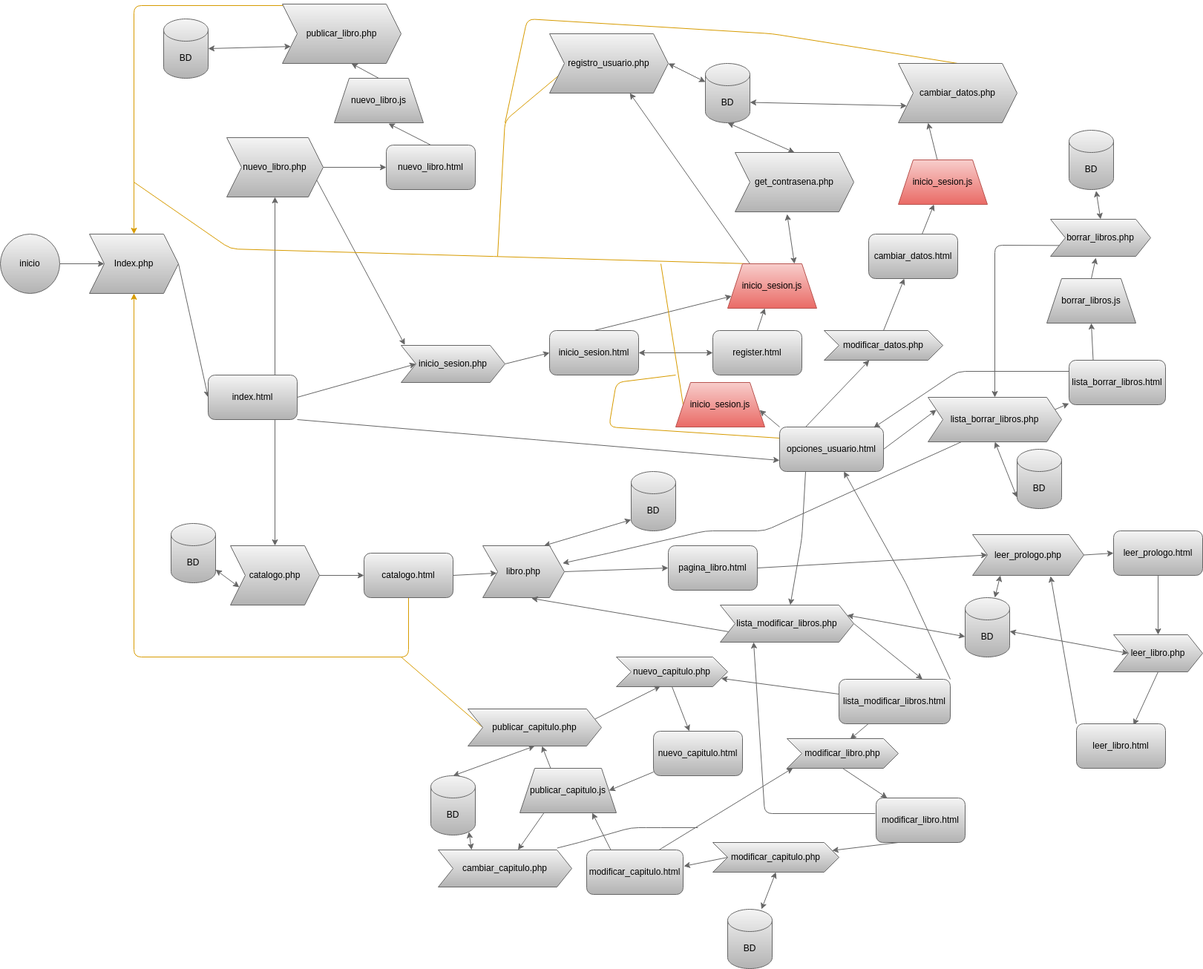
Before: documentacion/imagenes/diagrama_paginas.png, a diagram exported from draw.io (Calcoph/docker-lamp). Source tidied: cells renumbered, new cells last; positions are measured from the earlier drawing's top-left corner, leaving out a move shared by most shapes.
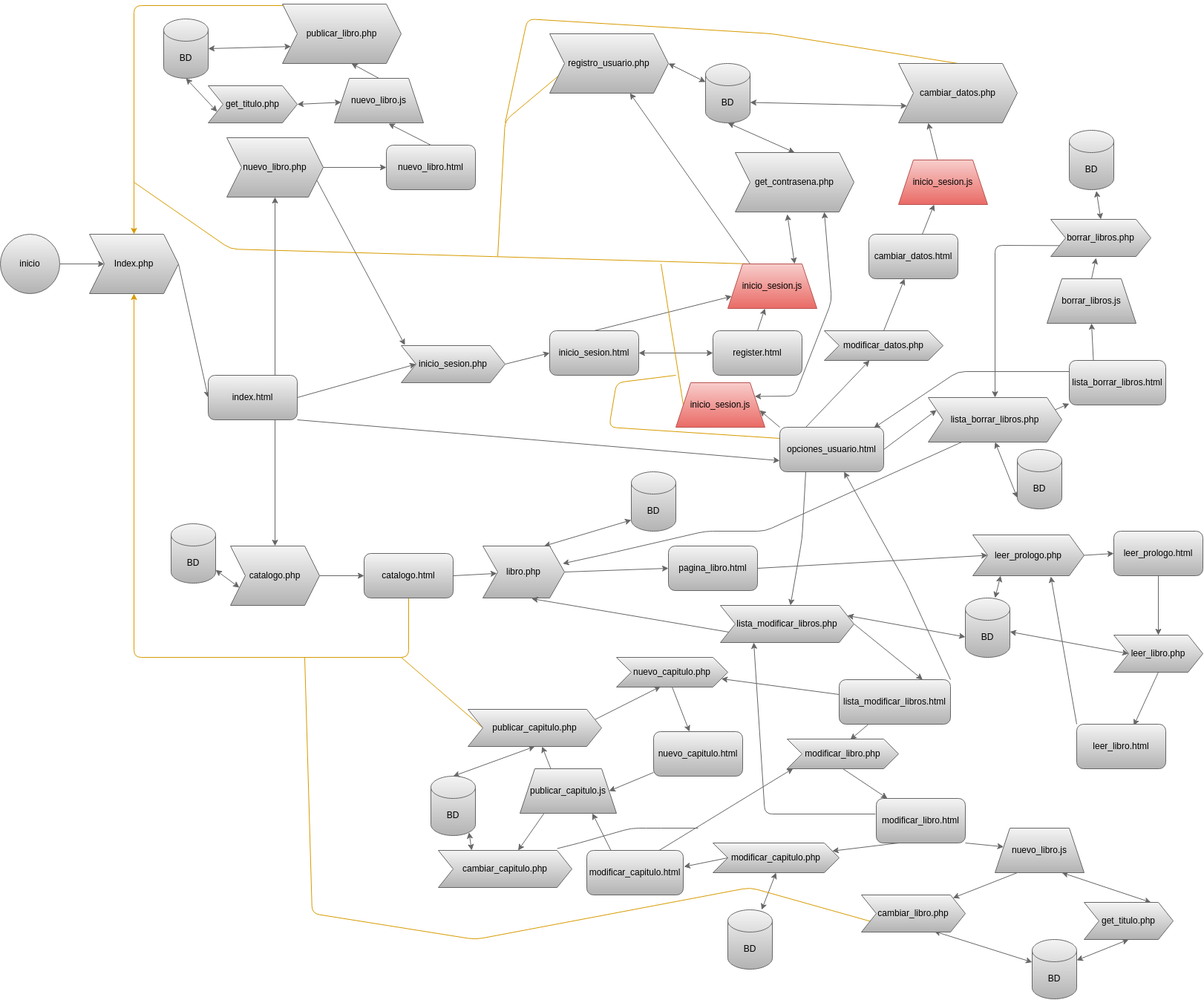
The same diagram one commit later.

Commit message:
actualizar diagrama

Change to the diagram source:
```diff
@@ -246,6 +246,14 @@
         <mxPoint x="890" y="350" as="targetPoint" />
       </mxGeometry>
     </mxCell>
+    <mxCell id="129" style="edgeStyle=none;html=1;exitX=1;exitY=0.25;exitDx=0;exitDy=0;fillColor=#f5f5f5;gradientColor=#b3b3b3;strokeColor=#666666;entryX=0.75;entryY=1;entryDx=0;entryDy=0;startArrow=classic;startFill=1;" parent="1" edge="1" source="71" target="36">
+      <mxGeometry relative="1" as="geometry">
+        <Array as="points">
+          <mxPoint x="1070" y="528" />
+          <mxPoint x="1120" y="400" />
+        </Array>
+      </mxGeometry>
+    </mxCell>
     <mxCell id="71" value="inicio_sesion.js" style="shape=trapezoid;perimeter=trapezoidPerimeter;whiteSpace=wrap;html=1;fixedSize=1;fontFamily=Helvetica;fontSize=12;strokeColor=#b85450;fillColor=#f8cecc;gradientColor=#ea6b66;" parent="1" vertex="1">
       <mxGeometry x="910" y="510" width="120" height="60" as="geometry" />
     </mxCell>
@@ -384,6 +392,9 @@
     <mxCell id="108" style="edgeStyle=none;shape=connector;rounded=1;html=1;exitX=0.25;exitY=1;exitDx=0;exitDy=0;labelBackgroundColor=default;fontFamily=Helvetica;fontSize=11;fontColor=default;startArrow=none;startFill=0;endArrow=classic;endFill=1;strokeColor=#666666;fillColor=#f5f5f5;gradientColor=#b3b3b3;" parent="1" edge="1" source="109" target="112">
       <mxGeometry relative="1" as="geometry" />
     </mxCell>
+    <mxCell id="130" style="edgeStyle=none;shape=connector;rounded=1;html=1;exitX=1;exitY=1;exitDx=0;exitDy=0;labelBackgroundColor=default;fontFamily=Helvetica;fontSize=11;fontColor=default;startArrow=none;startFill=0;endArrow=classic;strokeColor=#666666;fillColor=#f5f5f5;gradientColor=#b3b3b3;" parent="1" edge="1" source="109" target="138">
+      <mxGeometry relative="1" as="geometry" />
+    </mxCell>
     <mxCell id="109" value="modificar_libro.html" style="rounded=1;whiteSpace=wrap;html=1;fontFamily=Helvetica;fontSize=12;fontColor=#000000;strokeColor=#666666;fillColor=#f5f5f5;gradientColor=#b3b3b3;" parent="1" vertex="1">
       <mxGeometry x="1180" y="1070" width="120" height="60" as="geometry" />
     </mxCell>
@@ -451,5 +462,48 @@
     <mxCell id="128" value="modificar_datos.php" style="shape=step;perimeter=stepPerimeter;whiteSpace=wrap;html=1;fixedSize=1;fillColor=#f5f5f5;gradientColor=#b3b3b3;strokeColor=#666666;fontColor=#000000;" parent="1" vertex="1">
       <mxGeometry x="1110" y="440" width="160" height="40" as="geometry" />
     </mxCell>
+    <mxCell id="131" style="edgeStyle=none;html=1;exitX=1;exitY=0.5;exitDx=0;exitDy=0;startArrow=classic;startFill=1;fillColor=#f5f5f5;gradientColor=#b3b3b3;strokeColor=#666666;" parent="1" edge="1" source="133" target="51">
+      <mxGeometry relative="1" as="geometry" />
+    </mxCell>
+    <mxCell id="132" style="edgeStyle=none;shape=connector;rounded=1;html=1;exitX=0;exitY=0.75;exitDx=0;exitDy=0;entryX=0.5;entryY=1;entryDx=0;entryDy=0;entryPerimeter=0;labelBackgroundColor=default;fontFamily=Helvetica;fontSize=11;fontColor=default;startArrow=classic;startFill=1;endArrow=classic;strokeColor=#666666;fillColor=#f5f5f5;gradientColor=#b3b3b3;" parent="1" edge="1" source="133" target="38">
+      <mxGeometry relative="1" as="geometry" />
+    </mxCell>
+    <mxCell id="133" value="get_titulo.php" style="shape=step;perimeter=stepPerimeter;whiteSpace=wrap;html=1;fixedSize=1;fillColor=#f5f5f5;gradientColor=#b3b3b3;strokeColor=#666666;fontColor=#000000;" parent="1" vertex="1">
+      <mxGeometry x="280" y="110" width="120" height="50" as="geometry" />
+    </mxCell>
+    <mxCell id="134" style="edgeStyle=none;shape=connector;rounded=1;html=1;entryX=0.5;entryY=1;entryDx=0;entryDy=0;labelBackgroundColor=default;fontFamily=Helvetica;fontSize=11;fontColor=default;startArrow=classic;startFill=1;endArrow=classic;strokeColor=#666666;fillColor=#f5f5f5;gradientColor=#b3b3b3;" parent="1" edge="1" source="135" target="139">
+      <mxGeometry relative="1" as="geometry" />
+    </mxCell>
+    <mxCell id="135" value="BD" style="shape=cylinder3;whiteSpace=wrap;html=1;boundedLbl=1;backgroundOutline=1;size=15;fontFamily=Helvetica;fontSize=12;fontColor=#000000;strokeColor=#666666;fillColor=#f5f5f5;gradientColor=#b3b3b3;" parent="1" vertex="1">
+      <mxGeometry x="1390" y="1260" width="60" height="80" as="geometry" />
+    </mxCell>
+    <mxCell id="136" style="edgeStyle=none;shape=connector;rounded=1;html=1;exitX=0.75;exitY=1;exitDx=0;exitDy=0;entryX=0.75;entryY=0;entryDx=0;entryDy=0;labelBackgroundColor=default;fontFamily=Helvetica;fontSize=11;fontColor=default;startArrow=classic;startFill=1;endArrow=classic;strokeColor=#666666;fillColor=#f5f5f5;gradientColor=#b3b3b3;" parent="1" edge="1" source="138" target="139">
+      <mxGeometry relative="1" as="geometry" />
+    </mxCell>
+    <mxCell id="137" style="edgeStyle=none;shape=connector;rounded=1;html=1;exitX=0.25;exitY=1;exitDx=0;exitDy=0;labelBackgroundColor=default;fontFamily=Helvetica;fontSize=11;fontColor=default;startArrow=none;startFill=0;endArrow=classic;strokeColor=#666666;fillColor=#f5f5f5;gradientColor=#b3b3b3;" parent="1" edge="1" source="138" target="142">
+      <mxGeometry relative="1" as="geometry" />
+    </mxCell>
+    <mxCell id="138" value="nuevo_libro.js" style="shape=trapezoid;perimeter=trapezoidPerimeter;whiteSpace=wrap;html=1;fixedSize=1;fontFamily=Helvetica;fontSize=12;fontColor=#000000;strokeColor=#666666;fillColor=#f5f5f5;gradientColor=#b3b3b3;" parent="1" vertex="1">
+      <mxGeometry x="1340" y="1110" width="120" height="60" as="geometry" />
+    </mxCell>
+    <mxCell id="139" value="get_titulo.php" style="shape=step;perimeter=stepPerimeter;whiteSpace=wrap;html=1;fixedSize=1;fillColor=#f5f5f5;gradientColor=#b3b3b3;strokeColor=#666666;fontColor=#000000;" parent="1" vertex="1">
+      <mxGeometry x="1460" y="1210" width="120" height="50" as="geometry" />
+    </mxCell>
+    <mxCell id="140" style="edgeStyle=none;shape=connector;rounded=1;html=1;exitX=0.699;exitY=0.978;exitDx=0;exitDy=0;labelBackgroundColor=default;fontFamily=Helvetica;fontSize=11;fontColor=default;startArrow=classic;startFill=1;endArrow=classic;strokeColor=#666666;fillColor=#f5f5f5;gradientColor=#b3b3b3;exitPerimeter=0;" parent="1" edge="1" source="142" target="135">
+      <mxGeometry relative="1" as="geometry" />
+    </mxCell>
+    <mxCell id="141" style="edgeStyle=none;shape=connector;rounded=1;html=1;exitX=0;exitY=0.75;exitDx=0;exitDy=0;labelBackgroundColor=default;fontFamily=Helvetica;fontSize=11;fontColor=default;startArrow=none;startFill=0;endArrow=none;strokeColor=#d79b00;fillColor=#ffcd28;gradientColor=#ffa500;endFill=0;" parent="1" edge="1" source="142">
+      <mxGeometry relative="1" as="geometry">
+        <mxPoint x="410" y="880" as="targetPoint" />
+        <Array as="points">
+          <mxPoint x="1010" y="1190" />
+          <mxPoint x="640" y="1260" />
+          <mxPoint x="420" y="1225" />
+        </Array>
+      </mxGeometry>
+    </mxCell>
+    <mxCell id="142" value="cambiar_libro.php" style="shape=step;perimeter=stepPerimeter;whiteSpace=wrap;html=1;fixedSize=1;fillColor=#f5f5f5;gradientColor=#b3b3b3;strokeColor=#666666;fontColor=#000000;" parent="1" vertex="1">
+      <mxGeometry x="1160" y="1200" width="140" height="50" as="geometry" />
+    </mxCell>
   </root>
 </mxGraphModel>
```
